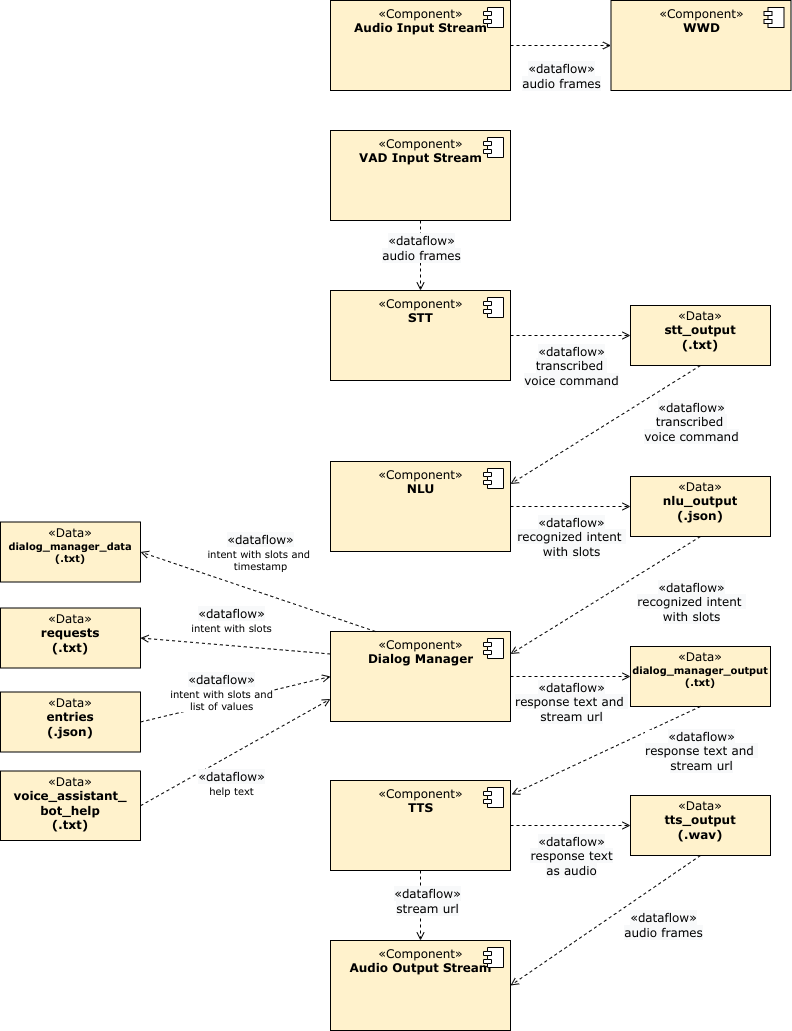
Above: documentation/datenmodell.drawio.png in tlau10/Sprachassistent (draw.io), before the change. Source tidied: cells renumbered, new cells last; positions are measured from the earlier drawing's top-left corner, leaving out a move shared by most shapes.
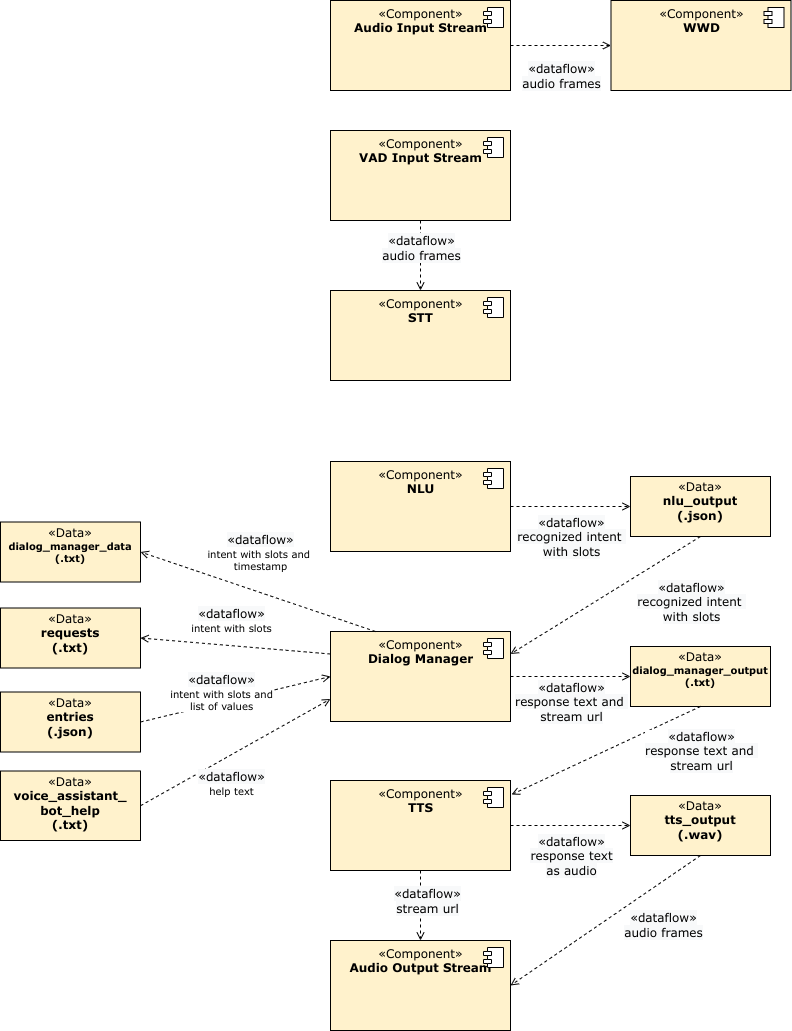
After the commit.

Commit message:
replaced stt output with function return value

Change to the diagram source:
```diff
@@ -10,17 +10,6 @@
         <mxPoint x="-27" y="7" as="offset" />
       </mxGeometry>
     </mxCell>
-    <mxCell id="4" value="&lt;p style=&quot;margin: 0px ; margin-top: 4px ; text-align: center&quot;&gt;&lt;font&gt;&lt;span class=&quot;char&quot;&gt;&lt;span class=&quot;vchar&quot; id=&quot;char-node&quot;&gt;«Data&lt;/span&gt;&lt;/span&gt;&lt;span class=&quot;char&quot;&gt;&lt;span class=&quot;vchar&quot; id=&quot;char-node&quot;&gt;»&lt;br&gt;&lt;/span&gt;&lt;/span&gt;&lt;/font&gt;&lt;/p&gt;&lt;div style=&quot;text-align: center&quot;&gt;&lt;b&gt;&lt;font&gt;stt_output&lt;/font&gt;&lt;/b&gt;&lt;/div&gt;&lt;div style=&quot;text-align: center&quot;&gt;&lt;b&gt;&lt;font&gt;(.txt)&lt;br&gt;&lt;/font&gt;&lt;/b&gt;&lt;/div&gt;&lt;p style=&quot;margin: 0px 0px 0px 4px&quot;&gt;&lt;br&gt;&lt;/p&gt;" style="verticalAlign=top;align=left;overflow=fill;fontSize=12;fontFamily=Verdana;html=1;fillColor=#fff2cc;" parent="1" vertex="1">
-      <mxGeometry x="630" y="305" width="140" height="60" as="geometry" />
-    </mxCell>
-    <mxCell id="5" style="endArrow=open;html=1;fillColor=#000000;fontFamily=Verdana;fontSize=12;endFill=0;dashed=1;rounded=0;exitX=1;exitY=0.5;exitDx=0;exitDy=0;entryX=0;entryY=0.5;entryDx=0;entryDy=0;" parent="1" edge="1" source="2" target="4">
-      <mxGeometry relative="1" as="geometry" />
-    </mxCell>
-    <mxCell id="6" value="&lt;div&gt;&lt;span style=&quot;font-size: 12px; background-color: rgb(248, 249, 250);&quot;&gt;«dataflow»&lt;/span&gt;&lt;br&gt;&lt;span style=&quot;font-size: 12px; background-color: rgb(248, 249, 250);&quot;&gt;&lt;span style=&quot;font-size: 12px; background-color: rgb(248, 249, 250);&quot;&gt;transcribed &lt;br&gt;&lt;/span&gt;&lt;/span&gt;&lt;div&gt;&lt;span style=&quot;font-size: 12px; background-color: rgb(248, 249, 250);&quot;&gt;voice command&lt;/span&gt;&lt;/div&gt;&lt;/div&gt;" style="edgeLabel;html=1;align=center;verticalAlign=middle;fontFamily=Verdana;" parent="5" vertex="1">
-      <mxGeometry relative="1" as="geometry">
-        <mxPoint y="30" as="offset" />
-      </mxGeometry>
-    </mxCell>
     <mxCell id="7" value="&lt;font&gt;«Component»&lt;br&gt;&lt;b&gt;NLU&lt;/b&gt;&lt;/font&gt;" style="html=1;verticalAlign=top;fillColor=#fff2cc;fontFamily=Verdana;" parent="1" vertex="1">
       <mxGeometry x="330" y="461" width="180" height="90" as="geometry" />
     </mxCell>
@@ -40,12 +29,6 @@
         <mxPoint y="30" as="offset" />
       </mxGeometry>
     </mxCell>
-    <mxCell id="12" style="endArrow=open;html=1;fillColor=#000000;fontFamily=Verdana;fontSize=12;endFill=0;dashed=1;rounded=0;exitX=0.5;exitY=1;exitDx=0;exitDy=0;entryX=1;entryY=0.25;entryDx=0;entryDy=0;" parent="1" edge="1" source="4" target="7">
-      <mxGeometry relative="1" as="geometry" />
-    </mxCell>
-    <mxCell id="13" value="&lt;div&gt;&lt;span style=&quot;font-size: 12px; background-color: rgb(248, 249, 250);&quot;&gt;«dataflow»&lt;/span&gt;&lt;br&gt;&lt;span style=&quot;font-size: 12px; background-color: rgb(248, 249, 250);&quot;&gt;&lt;span style=&quot;font-size: 12px; background-color: rgb(248, 249, 250);&quot;&gt;transcribed &lt;br&gt;&lt;/span&gt;&lt;/span&gt;&lt;div&gt;&lt;span style=&quot;font-size: 12px; background-color: rgb(248, 249, 250);&quot;&gt;voice command&lt;/span&gt;&lt;/div&gt;&lt;/div&gt;" style="edgeLabel;html=1;align=center;verticalAlign=middle;fontFamily=Verdana;" parent="1" vertex="1">
-      <mxGeometry x="690" y="421" as="geometry" />
-    </mxCell>
     <mxCell id="14" value="&lt;font&gt;«Component»&lt;br&gt;&lt;b&gt;Dialog Manager&lt;br&gt;&lt;/b&gt;&lt;/font&gt;" style="html=1;verticalAlign=top;fillColor=#fff2cc;fontFamily=Verdana;" parent="1" vertex="1">
       <mxGeometry x="330" y="631" width="180" height="90" as="geometry" />
     </mxCell>
```
